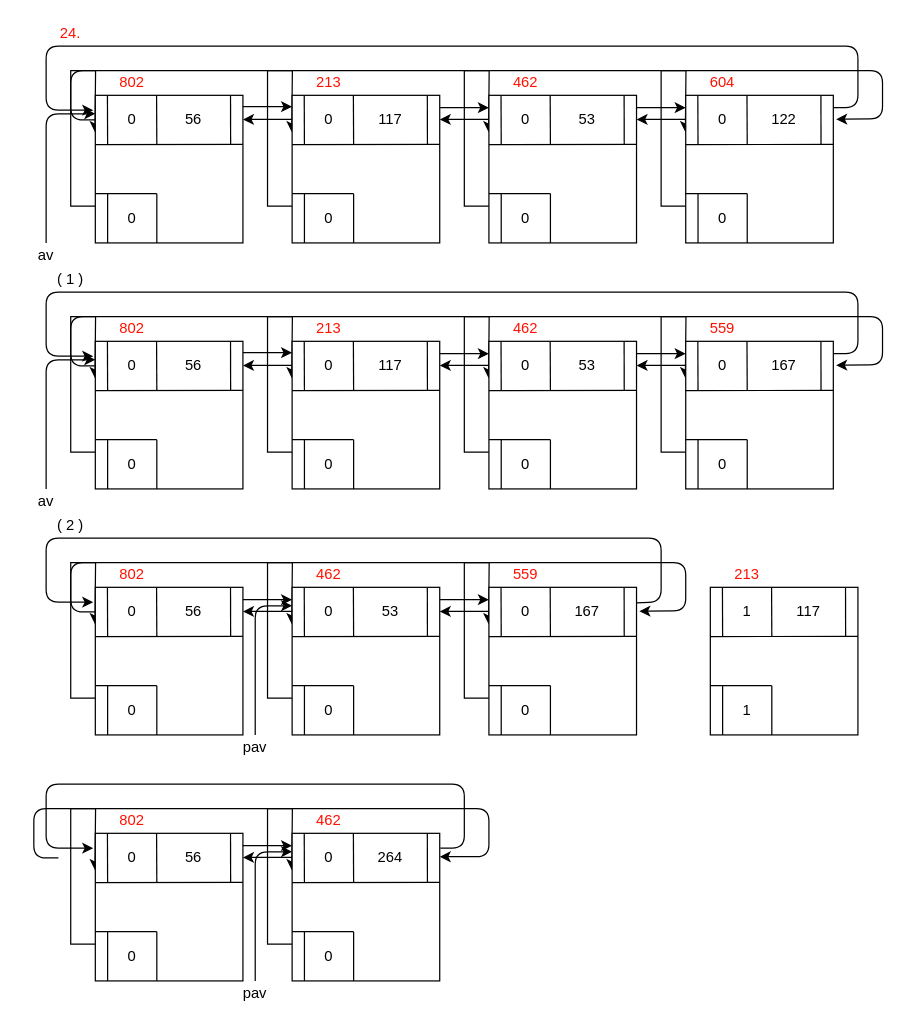
Earlier version of the draw.io diagram datastruct_week_13.drawio (chunkitlau/diagrams). Source tidied: cells renumbered, new cells numbered last; positions are measured from the earlier drawing's top-left corner, leaving out a move shared by most shapes. Both pictures are drawn from the tidied source at 123%, with x=0, y=0 at pixel (21, 21).
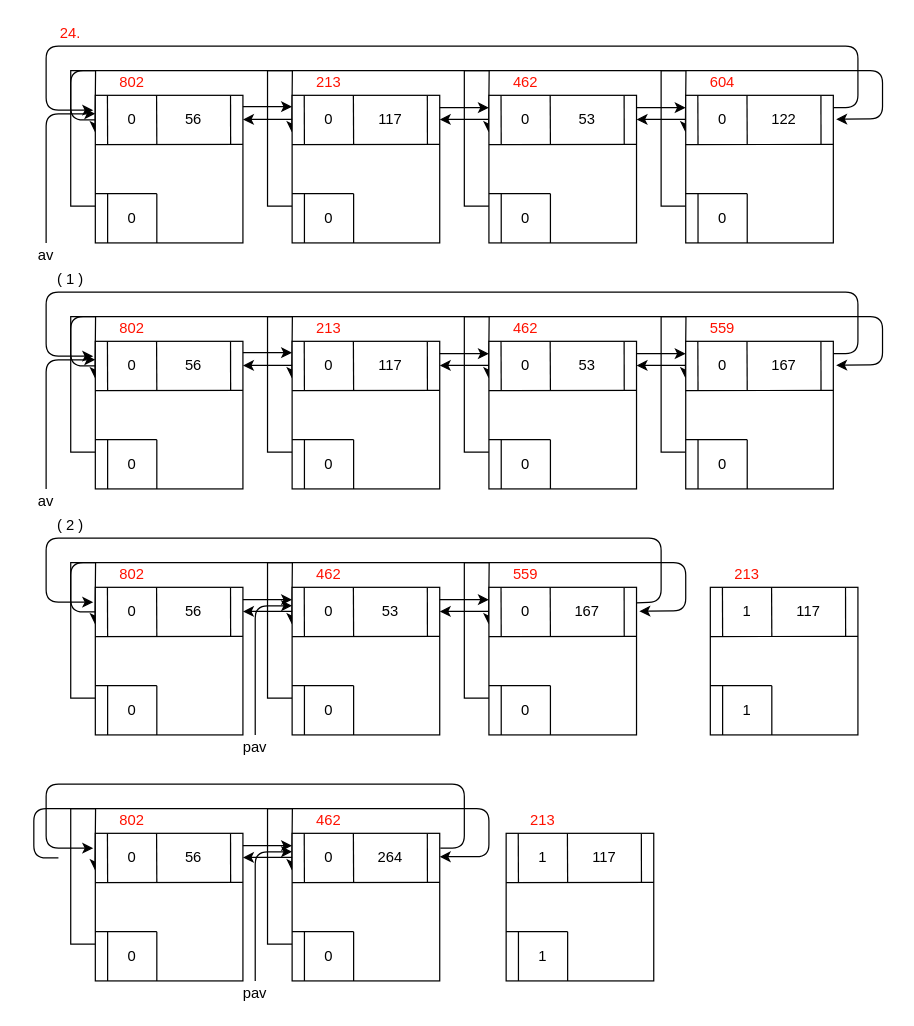
After the change.

Change to the diagram source:
```diff
@@
+    <mxCell id="220" style="rounded=0;whiteSpace=wrap;html=1;" parent="1" vertex="1">
+      <mxGeometry x="394" y="660" width="120" height="120" as="geometry" />
+    </mxCell>
+    <mxCell id="221" style="endArrow=none;html=1;entryX=1;entryY=0.333;entryDx=0;entryDy=0;entryPerimeter=0;" parent="1" edge="1" target="220">
+      <mxGeometry relative="1" as="geometry">
+        <mxPoint x="394" y="700" as="sourcePoint" />
+      </mxGeometry>
+    </mxCell>
+    <mxCell id="222" style="endArrow=none;html=1;entryX=0.082;entryY=0.001;entryDx=0;entryDy=0;entryPerimeter=0;" parent="1" edge="1" target="220">
+      <mxGeometry relative="1" as="geometry">
+        <mxPoint x="404" y="700" as="sourcePoint" />
+      </mxGeometry>
+    </mxCell>
+    <mxCell id="223" style="endArrow=none;html=1;entryX=0.916;entryY=0.004;entryDx=0;entryDy=0;entryPerimeter=0;" parent="1" edge="1" target="220">
+      <mxGeometry relative="1" as="geometry">
+        <mxPoint x="504" y="700" as="sourcePoint" />
+      </mxGeometry>
+    </mxCell>
+    <mxCell id="224" style="endArrow=none;html=1;entryX=0.415;entryY=0.001;entryDx=0;entryDy=0;entryPerimeter=0;" parent="1" edge="1" target="220">
+      <mxGeometry relative="1" as="geometry">
+        <mxPoint x="444" y="700" as="sourcePoint" />
+      </mxGeometry>
+    </mxCell>
+    <mxCell id="225" style="endArrow=none;html=1;" parent="1" edge="1">
+      <mxGeometry relative="1" as="geometry">
+        <mxPoint x="394" y="740" as="sourcePoint" />
+        <mxPoint x="444" y="740" as="targetPoint" />
+      </mxGeometry>
+    </mxCell>
+    <mxCell id="226" style="endArrow=none;html=1;" parent="1" edge="1">
+      <mxGeometry relative="1" as="geometry">
+        <mxPoint x="404" y="780" as="sourcePoint" />
+        <mxPoint x="404" y="740" as="targetPoint" />
+      </mxGeometry>
+    </mxCell>
+    <mxCell id="227" style="endArrow=none;html=1;" parent="1" edge="1">
+      <mxGeometry relative="1" as="geometry">
+        <mxPoint x="444" y="780" as="sourcePoint" />
+        <mxPoint x="444" y="740" as="targetPoint" />
+      </mxGeometry>
+    </mxCell>
+    <mxCell id="228" value="1" style="text;html=1;strokeColor=none;fillColor=none;align=center;verticalAlign=middle;whiteSpace=wrap;rounded=0;" parent="1" vertex="1">
+      <mxGeometry x="404" y="750" width="40" height="20" as="geometry" />
+    </mxCell>
+    <mxCell id="229" value="1" style="text;html=1;strokeColor=none;fillColor=none;align=center;verticalAlign=middle;whiteSpace=wrap;rounded=0;" parent="1" vertex="1">
+      <mxGeometry x="404" y="670" width="40" height="20" as="geometry" />
+    </mxCell>
+    <mxCell id="230" value="117" style="text;html=1;strokeColor=none;fillColor=none;align=center;verticalAlign=middle;whiteSpace=wrap;rounded=0;" parent="1" vertex="1">
+      <mxGeometry x="454" y="670" width="40" height="20" as="geometry" />
+    </mxCell>
+    <mxCell id="231" value="213" style="text;html=1;strokeColor=none;fillColor=none;align=center;verticalAlign=middle;whiteSpace=wrap;rounded=0;fontColor=#FF1100;" parent="1" vertex="1">
+      <mxGeometry x="404" y="640" width="40" height="20" as="geometry" />
+    </mxCell>
```
